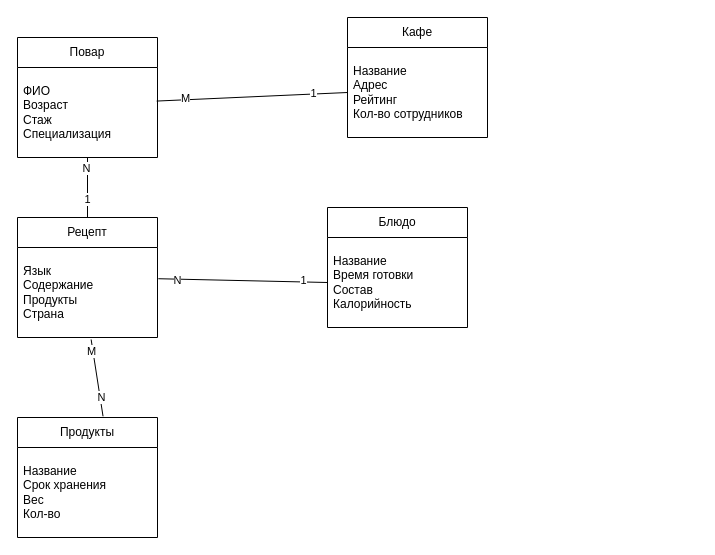
The draw.io diagram Копия Диаграмма без названия.drawio in frezzz1/practica, before the edit. Source tidied: cells renumbered, new cells numbered last; positions are measured from the earlier drawing's top-left corner, leaving out a move shared by most shapes. Both pictures are drawn from the tidied source at 100%, with x=0, y=0 at pixel (17, 17).
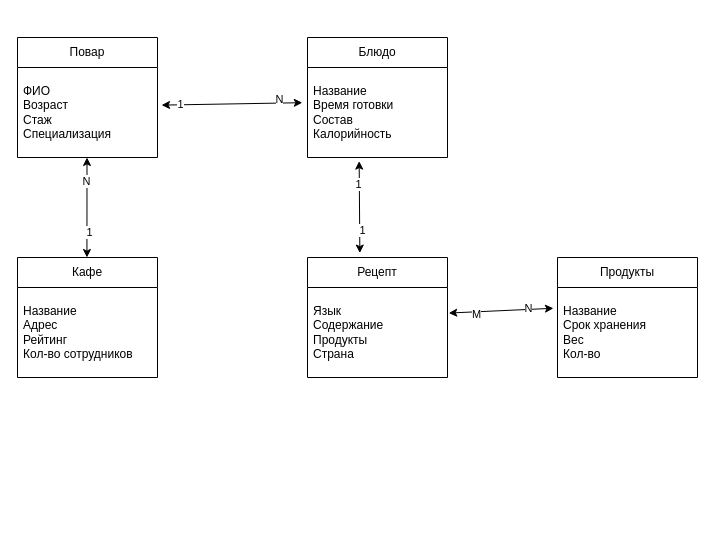
Above is the later version.

The change refers to these unchanged cells:
```xml
<mxCell id="3" value="Название&lt;br&gt;Срок хранения&lt;br&gt;Вес&lt;br&gt;Кол-во&lt;br&gt;" style="text;strokeColor=none;fillColor=none;align=left;verticalAlign=middle;spacingLeft=4;spacingRight=4;overflow=hidden;points=[[0,0.5],[1,0.5]];portConstraint=eastwest;whiteSpace=wrap;html=1;" parent="2" vertex="1">
  <mxGeometry y="30" width="140" height="90" as="geometry" />
</mxCell>
<mxCell id="5" value="Название&lt;br&gt;Адрес&lt;br&gt;Рейтинг&lt;br&gt;Кол-во сотрудников" style="text;strokeColor=none;fillColor=none;align=left;verticalAlign=middle;spacingLeft=4;spacingRight=4;overflow=hidden;points=[[0,0.5],[1,0.5]];portConstraint=eastwest;whiteSpace=wrap;html=1;" parent="4" vertex="1">
  <mxGeometry y="30" width="140" height="90" as="geometry" />
</mxCell>
<mxCell id="7" value="ФИО&lt;br&gt;Возраст&lt;br&gt;Стаж&lt;br&gt;Специализация" style="text;strokeColor=none;fillColor=none;align=left;verticalAlign=middle;spacingLeft=4;spacingRight=4;overflow=hidden;points=[[0,0.5],[1,0.5]];portConstraint=eastwest;whiteSpace=wrap;html=1;" parent="6" vertex="1">
  <mxGeometry y="30" width="140" height="90" as="geometry" />
</mxCell>
<mxCell id="9" value="Название&lt;br&gt;Время готовки&lt;br&gt;Состав&lt;br&gt;Калорийность&lt;br&gt;" style="text;strokeColor=none;fillColor=none;align=left;verticalAlign=middle;spacingLeft=4;spacingRight=4;overflow=hidden;points=[[0,0.5],[1,0.5]];portConstraint=eastwest;whiteSpace=wrap;html=1;" parent="8" vertex="1">
  <mxGeometry y="30" width="140" height="90" as="geometry" />
</mxCell>
<mxCell id="11" value="Язык&lt;br&gt;Содержание&lt;br&gt;Продукты&lt;br&gt;Страна" style="text;strokeColor=none;fillColor=none;align=left;verticalAlign=middle;spacingLeft=4;spacingRight=4;overflow=hidden;points=[[0,0.5],[1,0.5]];portConstraint=eastwest;whiteSpace=wrap;html=1;" parent="10" vertex="1">
  <mxGeometry y="30" width="140" height="90" as="geometry" />
</mxCell>
```

Change to the diagram source:
```diff
@@
     <mxCell id="2" value="Продукты" style="swimlane;fontStyle=0;horizontal=1;startSize=30;whiteSpace=wrap;html=1;" parent="1" vertex="1">
-      <mxGeometry y="400" width="140" height="120" as="geometry" />
+      <mxGeometry x="540" y="240" width="140" height="120" as="geometry" />
     </mxCell>
@@
     <mxCell id="4" value="Кафе" style="swimlane;fontStyle=0;horizontal=1;startSize=30;whiteSpace=wrap;html=1;" parent="1" vertex="1">
-      <mxGeometry x="330" width="140" height="120" as="geometry" />
+      <mxGeometry y="240" width="140" height="120" as="geometry" />
     </mxCell>
@@
     <mxCell id="8" value="Блюдо" style="swimlane;fontStyle=0;horizontal=1;startSize=30;whiteSpace=wrap;html=1;" parent="1" vertex="1">
-      <mxGeometry x="310" y="190" width="140" height="120" as="geometry" />
+      <mxGeometry x="290" y="20" width="140" height="120" as="geometry" />
     </mxCell>
@@
     <mxCell id="10" value="Рецепт" style="swimlane;fontStyle=0;horizontal=1;startSize=30;whiteSpace=wrap;html=1;" parent="1" vertex="1">
-      <mxGeometry y="200" width="140" height="120" as="geometry" />
+      <mxGeometry x="290" y="240" width="140" height="120" as="geometry" />
     </mxCell>
@@
-    <mxCell id="12" style="endArrow=none;html=1;rounded=0;exitX=0.526;exitY=1.022;exitDx=0;exitDy=0;exitPerimeter=0;entryX=0.611;entryY=-0.01;entryDx=0;entryDy=0;entryPerimeter=0;" parent="1" edge="1" source="11" target="2">
-      <mxGeometry relative="1" as="geometry" />
-    </mxCell>
-    <mxCell id="13" value="M" style="edgeLabel;html=1;align=center;verticalAlign=middle;" parent="12" vertex="1">
-      <mxGeometry x="-0.72" y="-2" relative="1" as="geometry" />
-    </mxCell>
-    <mxCell id="14" value="N" style="edgeLabel;html=1;align=center;verticalAlign=middle;" parent="12" vertex="1">
-      <mxGeometry x="0.48" y="1" relative="1" as="geometry" />
-    </mxCell>
-    <mxCell id="15" style="endArrow=none;html=1;rounded=0;exitX=1.006;exitY=0.347;exitDx=0;exitDy=0;exitPerimeter=0;entryX=0;entryY=0.5;entryDx=0;entryDy=0;" parent="1" edge="1" source="11" target="9">
-      <mxGeometry relative="1" as="geometry" />
-    </mxCell>
-    <mxCell id="16" value="N" style="edgeLabel;html=1;align=center;verticalAlign=middle;" parent="15" vertex="1">
-      <mxGeometry x="-0.78" y="-1" relative="1" as="geometry" />
-    </mxCell>
-    <mxCell id="17" value="1" style="edgeLabel;html=1;align=center;verticalAlign=middle;" parent="15" vertex="1">
-      <mxGeometry x="0.71" y="2" relative="1" as="geometry" />
-    </mxCell>
-    <mxCell id="18" style="endArrow=none;html=1;rounded=0;entryX=0.5;entryY=0;entryDx=0;entryDy=0;" parent="1" edge="1" target="10">
-      <mxGeometry relative="1" as="geometry">
-        <mxPoint x="70" y="140" as="sourcePoint" />
-      </mxGeometry>
-    </mxCell>
-    <mxCell id="19" value="N" style="edgeLabel;html=1;align=center;verticalAlign=middle;" parent="18" vertex="1">
-      <mxGeometry x="-0.66" y="-2" relative="1" as="geometry" />
-    </mxCell>
-    <mxCell id="20" value="1" style="edgeLabel;html=1;align=center;verticalAlign=middle;" parent="18" vertex="1">
-      <mxGeometry x="0.35" y="-1" relative="1" as="geometry" />
-    </mxCell>
-    <mxCell id="21" style="endArrow=none;html=1;rounded=0;exitX=0;exitY=0.5;exitDx=0;exitDy=0;entryX=0.994;entryY=0.373;entryDx=0;entryDy=0;entryPerimeter=0;" parent="1" edge="1" source="5" target="7">
-      <mxGeometry relative="1" as="geometry" />
-    </mxCell>
-    <mxCell id="22" value="1" style="edgeLabel;html=1;align=center;verticalAlign=middle;" parent="21" vertex="1">
-      <mxGeometry x="-0.64" y="-1" relative="1" as="geometry" />
-    </mxCell>
-    <mxCell id="23" value="M" style="edgeLabel;html=1;align=center;verticalAlign=middle;" parent="21" vertex="1">
-      <mxGeometry x="0.71" y="-2" relative="1" as="geometry" />
-    </mxCell>
+    <mxCell id="24" style="endArrow=classic;startArrow=classic;html=1;rounded=0;exitX=1.029;exitY=0.418;exitDx=0;exitDy=0;exitPerimeter=0;entryX=-0.037;entryY=0.391;entryDx=0;entryDy=0;entryPerimeter=0;" parent="1" edge="1" source="7" target="9">
+      <mxGeometry relative="1" as="geometry" />
+    </mxCell>
+    <mxCell id="25" value="1" style="edgeLabel;html=1;align=center;verticalAlign=middle;" parent="24" vertex="1">
+      <mxGeometry x="-0.75" y="1" relative="1" as="geometry" />
+    </mxCell>
+    <mxCell id="26" value="N" style="edgeLabel;html=1;align=center;verticalAlign=middle;" parent="24" vertex="1">
+      <mxGeometry x="0.67" y="4" relative="1" as="geometry" />
+    </mxCell>
+    <mxCell id="27" style="endArrow=classic;startArrow=classic;html=1;rounded=0;entryX=0.369;entryY=1.04;entryDx=0;entryDy=0;entryPerimeter=0;exitX=0.374;exitY=-0.037;exitDx=0;exitDy=0;exitPerimeter=0;" parent="1" edge="1" source="10" target="9">
+      <mxGeometry relative="1" as="geometry" />
+    </mxCell>
+    <mxCell id="28" value="1" style="edgeLabel;html=1;align=center;verticalAlign=middle;" parent="27" vertex="1">
+      <mxGeometry x="0.51" y="1" relative="1" as="geometry" />
+    </mxCell>
+    <mxCell id="29" value="1" style="edgeLabel;html=1;align=center;verticalAlign=middle;" parent="27" vertex="1">
+      <mxGeometry x="-0.49" y="-2" relative="1" as="geometry" />
+    </mxCell>
+    <mxCell id="30" style="endArrow=classic;startArrow=classic;html=1;rounded=0;entryX=0.369;entryY=1.04;entryDx=0;entryDy=0;entryPerimeter=0;exitX=0.496;exitY=0;exitDx=0;exitDy=0;exitPerimeter=0;" parent="1" edge="1" source="4">
+      <mxGeometry relative="1" as="geometry">
+        <mxPoint x="69.5" y="140" as="targetPoint" />
+      </mxGeometry>
+    </mxCell>
+    <mxCell id="31" value="N" style="edgeLabel;html=1;align=center;verticalAlign=middle;" parent="30" vertex="1">
+      <mxGeometry x="0.51" y="1" relative="1" as="geometry" />
+    </mxCell>
+    <mxCell id="32" value="1" style="edgeLabel;html=1;align=center;verticalAlign=middle;" parent="30" vertex="1">
+      <mxGeometry x="-0.49" y="-2" relative="1" as="geometry" />
+    </mxCell>
+    <mxCell id="33" style="endArrow=classic;startArrow=classic;html=1;rounded=0;entryX=-0.029;entryY=0.231;entryDx=0;entryDy=0;entryPerimeter=0;exitX=1.009;exitY=0.284;exitDx=0;exitDy=0;exitPerimeter=0;" parent="1" edge="1" source="11" target="3">
+      <mxGeometry relative="1" as="geometry" />
+    </mxCell>
+    <mxCell id="34" value="N" style="edgeLabel;html=1;align=center;verticalAlign=middle;" parent="33" vertex="1">
+      <mxGeometry x="0.51" y="1" relative="1" as="geometry" />
+    </mxCell>
+    <mxCell id="35" value="M" style="edgeLabel;html=1;align=center;verticalAlign=middle;" parent="33" vertex="1">
+      <mxGeometry x="-0.49" y="-2" relative="1" as="geometry" />
+    </mxCell>
```
